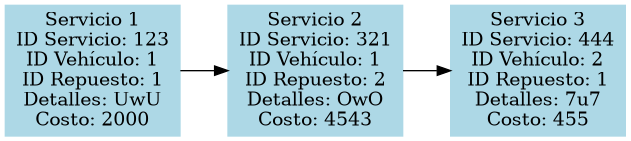
bryanthr6/-EDD-1S2025_201701010 keeps this Graphviz diagram as reporte_servicios.png. Above is the earlier version. Its source is kept beside it as reporte_servicios.dot.
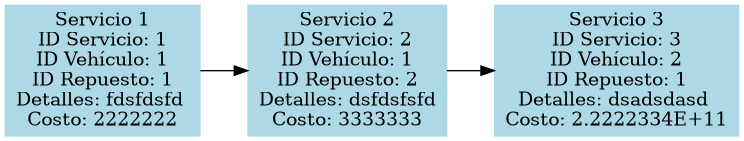
The same file after the commit.

Diff of the diagram source:
```diff
@@ -1,9 +1,9 @@
 digraph G {
     rankdir=LR;
     node [shape=box, style=filled, color=lightblue];
-    servicio1 [label="Servicio 1\nID Servicio: 123\nID Vehículo: 1\nID Repuesto: 1\nDetalles: UwU\nCosto: 2000"];
+    servicio1 [label="Servicio 1\nID Servicio: 1\nID Vehículo: 1\nID Repuesto: 1\nDetalles: fdsfdsfd \nCosto: 2222222"];
     servicio1 -> servicio2;
-    servicio2 [label="Servicio 2\nID Servicio: 321\nID Vehículo: 1\nID Repuesto: 2\nDetalles: OwO\nCosto: 4543"];
+    servicio2 [label="Servicio 2\nID Servicio: 2\nID Vehículo: 1\nID Repuesto: 2\nDetalles: dsfdsfsfd\nCosto: 3333333"];
     servicio2 -> servicio3;
-    servicio3 [label="Servicio 3\nID Servicio: 444\nID Vehículo: 2\nID Repuesto: 1\nDetalles: 7u7\nCosto: 455"];
+    servicio3 [label="Servicio 3\nID Servicio: 3\nID Vehículo: 2\nID Repuesto: 1\nDetalles: dsadsdasd \nCosto: 2.2222334E+11"];
 }
```
